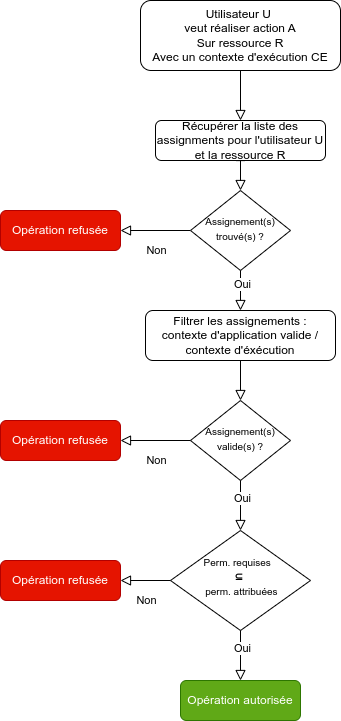
Above: img/RBAC-algo.png in avenirs-esr/presentations (draw.io), before the change. Source tidied: cells renumbered, new cells last; positions are measured from the earlier drawing's top-left corner, leaving out a move shared by most shapes. Source of this version:
```xml
<mxGraphModel>
  <root>
    <mxCell id="0" />
    <mxCell id="1" parent="0" />
    <mxCell id="2" style="rounded=0;html=1;jettySize=auto;fontSize=11;endArrow=block;endFill=0;endSize=8;strokeWidth=1;shadow=0;labelBackgroundColor=none;edgeStyle=orthogonalEdgeStyle;" parent="1" edge="1" source="18">
      <mxGeometry relative="1" as="geometry">
        <mxPoint x="240" y="150" as="targetPoint" />
      </mxGeometry>
    </mxCell>
    <mxCell id="3" value="Utilisateur U&amp;nbsp;&lt;br&gt;veut réaliser action A&lt;br&gt;Sur ressource R&lt;br&gt;Avec un contexte d'exécution CE" style="rounded=1;whiteSpace=wrap;html=1;fontSize=12;glass=0;strokeWidth=1;shadow=0;" parent="1" vertex="1">
      <mxGeometry x="140" width="200" height="70" as="geometry" />
    </mxCell>
    <mxCell id="4" value="Non" style="rounded=0;html=1;jettySize=auto;fontSize=11;endArrow=block;endFill=0;endSize=8;strokeWidth=1;shadow=0;labelBackgroundColor=none;edgeStyle=orthogonalEdgeStyle;exitX=0;exitY=0.5;exitDx=0;exitDy=0;entryX=1;entryY=0.5;entryDx=0;entryDy=0;" parent="1" edge="1" source="5" target="6">
      <mxGeometry x="-0.01" y="20" relative="1" as="geometry">
        <mxPoint x="1" as="offset" />
      </mxGeometry>
    </mxCell>
    <mxCell id="5" value="&lt;font style=&quot;font-size: 10px;&quot;&gt;Assignement(s)&lt;br&gt;trouvé(s) ?&lt;/font&gt;" style="rhombus;whiteSpace=wrap;html=1;shadow=0;fontFamily=Helvetica;fontSize=12;align=center;strokeWidth=1;spacing=6;spacingTop=-4;" parent="1" vertex="1">
      <mxGeometry x="190" y="190" width="100" height="80" as="geometry" />
    </mxCell>
    <mxCell id="6" value="Opération refusée" style="rounded=1;whiteSpace=wrap;html=1;fontSize=12;glass=0;strokeWidth=1;shadow=0;fillColor=#e51400;fontColor=#ffffff;strokeColor=#B20000;" parent="1" vertex="1">
      <mxGeometry y="210" width="120" height="40" as="geometry" />
    </mxCell>
    <mxCell id="7" value="Filtrer les assignements : &lt;br&gt;contexte d'application valide / contexte d'éxécution" style="rounded=1;whiteSpace=wrap;html=1;fontSize=12;glass=0;strokeWidth=1;shadow=0;" parent="1" vertex="1">
      <mxGeometry x="145" y="310" width="190" height="50" as="geometry" />
    </mxCell>
    <mxCell id="8" style="rounded=0;html=1;jettySize=auto;fontSize=11;endArrow=block;endFill=0;endSize=8;strokeWidth=1;shadow=0;labelBackgroundColor=none;edgeStyle=orthogonalEdgeStyle;exitX=0.465;exitY=0.95;exitDx=0;exitDy=0;exitPerimeter=0;entryX=0.5;entryY=0;entryDx=0;entryDy=0;" parent="1" edge="1" source="18" target="5">
      <mxGeometry relative="1" as="geometry" />
    </mxCell>
    <mxCell id="9" style="rounded=0;html=1;jettySize=auto;fontSize=11;endArrow=block;endFill=0;endSize=8;strokeWidth=1;shadow=0;labelBackgroundColor=none;edgeStyle=orthogonalEdgeStyle;exitX=0.5;exitY=1;exitDx=0;exitDy=0;entryX=0.5;entryY=0;entryDx=0;entryDy=0;" parent="1" edge="1" source="5" target="7">
      <mxGeometry relative="1" as="geometry" />
    </mxCell>
    <mxCell id="10" value="Oui" style="edgeLabel;html=1;align=center;verticalAlign=middle;" parent="9" vertex="1">
      <mxGeometry x="-0.33" y="1" relative="1" as="geometry" />
    </mxCell>
    <mxCell id="11" value="&lt;font style=&quot;font-size: 10px;&quot;&gt;Assignement(s) valide(s) ?&lt;/font&gt;" style="rhombus;whiteSpace=wrap;html=1;shadow=0;fontFamily=Helvetica;fontSize=12;align=center;strokeWidth=1;spacing=6;spacingTop=-4;" parent="1" vertex="1">
      <mxGeometry x="190" y="400" width="100" height="80" as="geometry" />
    </mxCell>
    <mxCell id="12" value="Opération refusée" style="rounded=1;whiteSpace=wrap;html=1;fontSize=12;glass=0;strokeWidth=1;shadow=0;fillColor=#e51400;fontColor=#ffffff;strokeColor=#B20000;" parent="1" vertex="1">
      <mxGeometry y="420" width="120" height="40" as="geometry" />
    </mxCell>
    <mxCell id="13" style="rounded=0;html=1;jettySize=auto;fontSize=11;endArrow=block;endFill=0;endSize=8;strokeWidth=1;shadow=0;labelBackgroundColor=none;edgeStyle=orthogonalEdgeStyle;exitX=0.5;exitY=1;exitDx=0;exitDy=0;entryX=0.5;entryY=0;entryDx=0;entryDy=0;" parent="1" edge="1" source="7" target="11">
      <mxGeometry relative="1" as="geometry" />
    </mxCell>
    <mxCell id="14" value="Non" style="rounded=0;html=1;jettySize=auto;fontSize=11;endArrow=block;endFill=0;endSize=8;strokeWidth=1;shadow=0;labelBackgroundColor=none;edgeStyle=orthogonalEdgeStyle;exitX=0;exitY=0.5;exitDx=0;exitDy=0;entryX=1;entryY=0.5;entryDx=0;entryDy=0;" parent="1" edge="1" source="11" target="12">
      <mxGeometry x="-0.01" y="20" relative="1" as="geometry">
        <mxPoint x="1" as="offset" />
      </mxGeometry>
    </mxCell>
    <mxCell id="15" style="rounded=0;html=1;jettySize=auto;fontSize=11;endArrow=block;endFill=0;endSize=8;strokeWidth=1;shadow=0;labelBackgroundColor=none;edgeStyle=orthogonalEdgeStyle;exitX=0.5;exitY=1;exitDx=0;exitDy=0;" parent="1" edge="1" source="11" target="19">
      <mxGeometry relative="1" as="geometry" />
    </mxCell>
    <mxCell id="16" value="Oui" style="edgeLabel;html=1;align=center;verticalAlign=middle;" parent="15" vertex="1">
      <mxGeometry x="-0.33" y="1" relative="1" as="geometry" />
    </mxCell>
    <mxCell id="17" style="rounded=0;html=1;jettySize=auto;fontSize=11;endArrow=block;endFill=0;endSize=8;strokeWidth=1;shadow=0;labelBackgroundColor=none;edgeStyle=orthogonalEdgeStyle;" parent="1" edge="1" source="3" target="18">
      <mxGeometry relative="1" as="geometry" />
    </mxCell>
    <mxCell id="18" value="Récupérer la liste des assignments pour l'utilisateur U et la ressource R" style="rounded=1;whiteSpace=wrap;html=1;fontSize=12;glass=0;strokeWidth=1;shadow=0;" parent="1" vertex="1">
      <mxGeometry x="155" y="120" width="170" height="40" as="geometry" />
    </mxCell>
    <mxCell id="19" style="rhombus;whiteSpace=wrap;html=1;shadow=0;fontFamily=Helvetica;fontSize=12;align=center;strokeWidth=1;spacing=6;spacingTop=-4;" parent="1" vertex="1">
      <mxGeometry x="170" y="530" width="140" height="100" as="geometry" />
    </mxCell>
    <mxCell id="20" value="Opération refusée" style="rounded=1;whiteSpace=wrap;html=1;fontSize=12;glass=0;strokeWidth=1;shadow=0;fillColor=#e51400;fontColor=#ffffff;strokeColor=#B20000;" parent="1" vertex="1">
      <mxGeometry y="560" width="120" height="40" as="geometry" />
    </mxCell>
    <mxCell id="21" value="Non" style="rounded=0;html=1;jettySize=auto;orthogonalLoop=1;fontSize=11;endArrow=block;endFill=0;endSize=8;strokeWidth=1;shadow=0;labelBackgroundColor=none;edgeStyle=orthogonalEdgeStyle;" parent="1" edge="1">
      <mxGeometry x="-0.01" y="20" relative="1" as="geometry">
        <mxPoint x="170" y="580" as="sourcePoint" />
        <mxPoint x="120" y="580" as="targetPoint" />
        <mxPoint x="1" as="offset" />
      </mxGeometry>
    </mxCell>
    <mxCell id="22" value="Opération autorisée" style="rounded=1;whiteSpace=wrap;html=1;fontSize=12;glass=0;strokeWidth=1;shadow=0;fillColor=#60a917;fontColor=#ffffff;strokeColor=#2D7600;" parent="1" vertex="1">
      <mxGeometry x="180" y="680" width="120" height="40" as="geometry" />
    </mxCell>
    <mxCell id="23" value="&lt;span style=&quot;font-size: 10px;&quot;&gt;Perm. requises&amp;nbsp;&amp;nbsp;&lt;/span&gt;&lt;br style=&quot;font-size: 10px;&quot;&gt;&lt;span class=&quot;BxUVEf ILfuVd&quot; lang=&quot;fr&quot; style=&quot;font-size: 10px;&quot;&gt;&lt;span class=&quot;hgKElc&quot;&gt;&lt;b&gt;⊆&lt;/b&gt;&lt;/span&gt;&lt;/span&gt;&lt;span style=&quot;font-size: 10px;&quot;&gt;&amp;nbsp;&lt;/span&gt;&lt;br style=&quot;font-size: 10px;&quot;&gt;&lt;div style=&quot;&quot;&gt;&lt;span style=&quot;background-color: initial; font-size: 10px;&quot;&gt;&amp;nbsp;perm.&amp;nbsp;&lt;/span&gt;&lt;span style=&quot;background-color: initial; font-size: 10px;&quot;&gt;attribuées&lt;/span&gt;&lt;/div&gt;" style="text;html=1;align=center;verticalAlign=top;whiteSpace=wrap;rounded=0;spacing=0;" parent="1" vertex="1">
      <mxGeometry x="200" y="550" width="80" height="50" as="geometry" />
    </mxCell>
    <mxCell id="24" style="rounded=0;html=1;jettySize=auto;fontSize=11;endArrow=block;endFill=0;endSize=8;strokeWidth=1;shadow=0;labelBackgroundColor=none;edgeStyle=orthogonalEdgeStyle;exitX=0.5;exitY=1;exitDx=0;exitDy=0;entryX=0.5;entryY=0;entryDx=0;entryDy=0;" parent="1" edge="1" source="19" target="22">
      <mxGeometry relative="1" as="geometry" />
    </mxCell>
    <mxCell id="25" value="Oui" style="edgeLabel;html=1;align=center;verticalAlign=middle;" parent="24" vertex="1">
      <mxGeometry x="-0.33" y="1" relative="1" as="geometry" />
    </mxCell>
  </root>
</mxGraphModel>
```
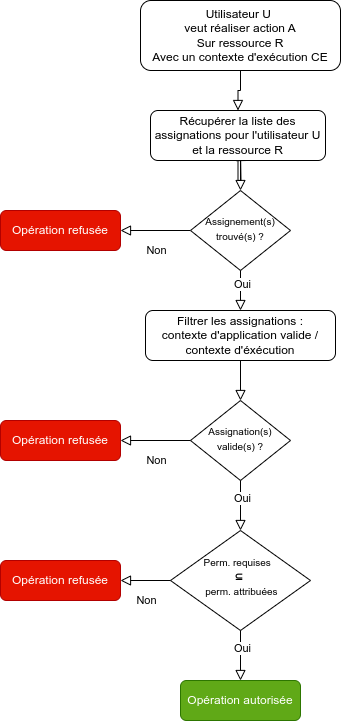
After the commit.

Diff of the diagram source:
```diff
@@ -21,7 +21,7 @@
     <mxCell id="6" value="Opération refusée" style="rounded=1;whiteSpace=wrap;html=1;fontSize=12;glass=0;strokeWidth=1;shadow=0;fillColor=#e51400;fontColor=#ffffff;strokeColor=#B20000;" parent="1" vertex="1">
       <mxGeometry y="210" width="120" height="40" as="geometry" />
     </mxCell>
-    <mxCell id="7" value="Filtrer les assignements : &lt;br&gt;contexte d'application valide / contexte d'éxécution" style="rounded=1;whiteSpace=wrap;html=1;fontSize=12;glass=0;strokeWidth=1;shadow=0;" parent="1" vertex="1">
+    <mxCell id="7" value="Filtrer les assignations : &lt;br&gt;contexte d'application valide / contexte d'éxécution" style="rounded=1;whiteSpace=wrap;html=1;fontSize=12;glass=0;strokeWidth=1;shadow=0;" parent="1" vertex="1">
       <mxGeometry x="145" y="310" width="190" height="50" as="geometry" />
     </mxCell>
     <mxCell id="8" style="rounded=0;html=1;jettySize=auto;fontSize=11;endArrow=block;endFill=0;endSize=8;strokeWidth=1;shadow=0;labelBackgroundColor=none;edgeStyle=orthogonalEdgeStyle;exitX=0.465;exitY=0.95;exitDx=0;exitDy=0;exitPerimeter=0;entryX=0.5;entryY=0;entryDx=0;entryDy=0;" parent="1" edge="1" source="18" target="5">
@@ -33,7 +33,7 @@
     <mxCell id="10" value="Oui" style="edgeLabel;html=1;align=center;verticalAlign=middle;" parent="9" vertex="1">
       <mxGeometry x="-0.33" y="1" relative="1" as="geometry" />
     </mxCell>
-    <mxCell id="11" value="&lt;font style=&quot;font-size: 10px;&quot;&gt;Assignement(s) valide(s) ?&lt;/font&gt;" style="rhombus;whiteSpace=wrap;html=1;shadow=0;fontFamily=Helvetica;fontSize=12;align=center;strokeWidth=1;spacing=6;spacingTop=-4;" parent="1" vertex="1">
+    <mxCell id="11" value="&lt;font style=&quot;font-size: 10px;&quot;&gt;Assignation(s) valide(s) ?&lt;/font&gt;" style="rhombus;whiteSpace=wrap;html=1;shadow=0;fontFamily=Helvetica;fontSize=12;align=center;strokeWidth=1;spacing=6;spacingTop=-4;" parent="1" vertex="1">
       <mxGeometry x="190" y="400" width="100" height="80" as="geometry" />
     </mxCell>
     <mxCell id="12" value="Opération refusée" style="rounded=1;whiteSpace=wrap;html=1;fontSize=12;glass=0;strokeWidth=1;shadow=0;fillColor=#e51400;fontColor=#ffffff;strokeColor=#B20000;" parent="1" vertex="1">
@@ -56,8 +56,8 @@
     <mxCell id="17" style="rounded=0;html=1;jettySize=auto;fontSize=11;endArrow=block;endFill=0;endSize=8;strokeWidth=1;shadow=0;labelBackgroundColor=none;edgeStyle=orthogonalEdgeStyle;" parent="1" edge="1" source="3" target="18">
       <mxGeometry relative="1" as="geometry" />
     </mxCell>
-    <mxCell id="18" value="Récupérer la liste des assignments pour l'utilisateur U et la ressource R" style="rounded=1;whiteSpace=wrap;html=1;fontSize=12;glass=0;strokeWidth=1;shadow=0;" parent="1" vertex="1">
-      <mxGeometry x="155" y="120" width="170" height="40" as="geometry" />
+    <mxCell id="18" value="Récupérer la liste des assignations pour l'utilisateur U et la ressource R" style="rounded=1;whiteSpace=wrap;html=1;fontSize=12;glass=0;strokeWidth=1;shadow=0;" parent="1" vertex="1">
+      <mxGeometry x="150" y="110" width="175" height="50" as="geometry" />
     </mxCell>
     <mxCell id="19" style="rhombus;whiteSpace=wrap;html=1;shadow=0;fontFamily=Helvetica;fontSize=12;align=center;strokeWidth=1;spacing=6;spacingTop=-4;" parent="1" vertex="1">
       <mxGeometry x="170" y="530" width="140" height="100" as="geometry" />
```
